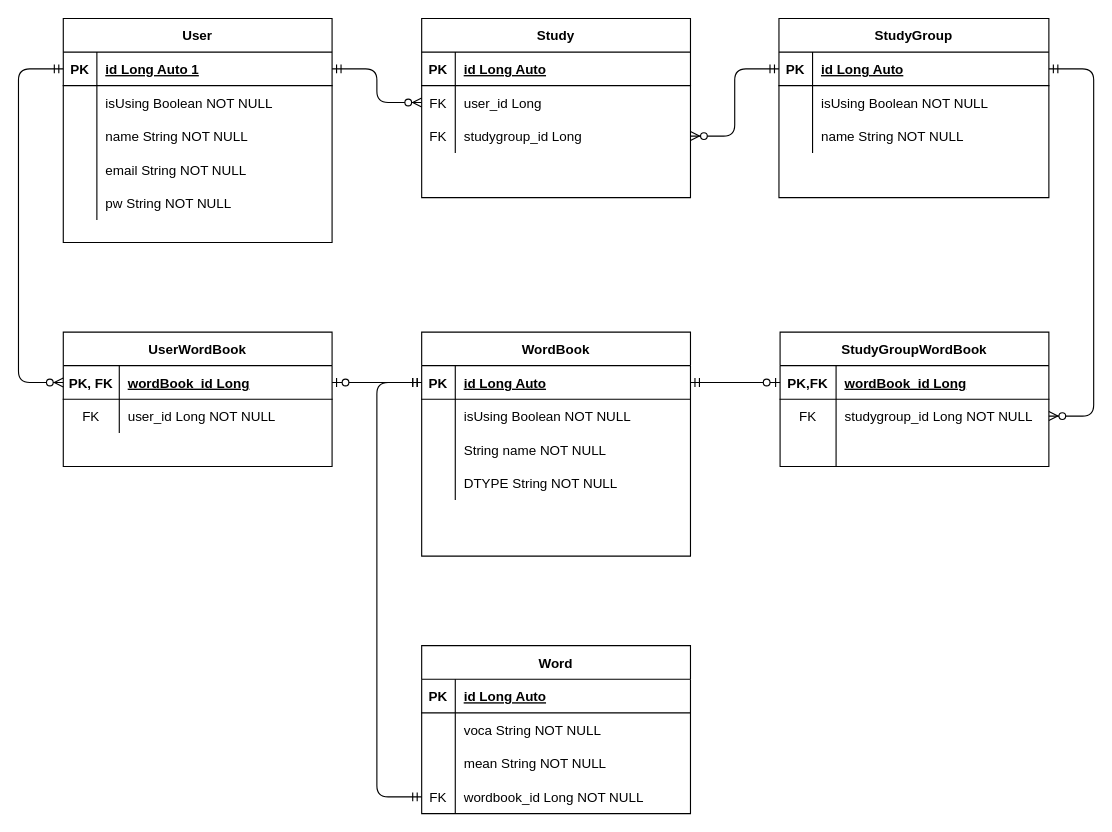
This is docs/ERD.drawio from lcy960729/wordbook-backend, a draw.io file, before an edit. Source tidied: cells renumbered, new cells numbered last; positions are measured from the earlier drawing's top-left corner, leaving out a move shared by most shapes. Both pictures are drawn from the tidied source at 112%, with x=0, y=0 at pixel (18, 18).
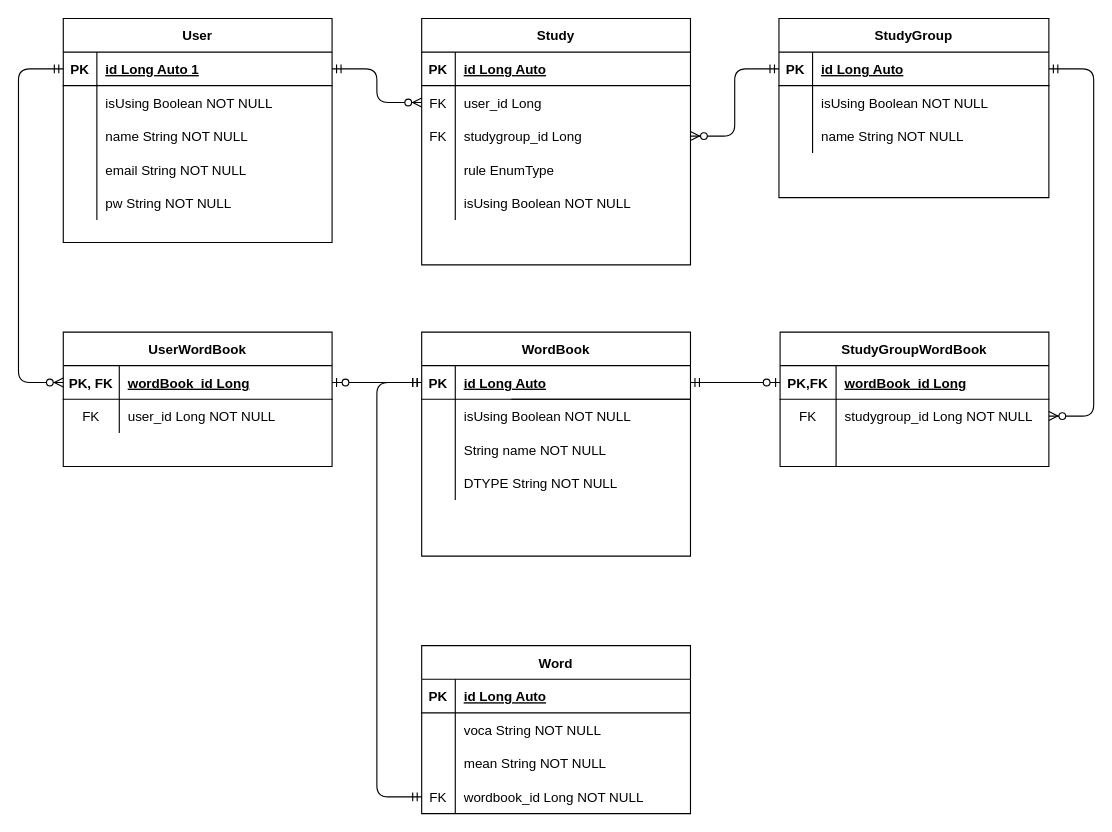
The same diagram, later.

What changed in the source:
```diff
@@
     <mxCell id="48" value="Study" style="shape=table;startSize=30;childLayout=tableLayout;rowLines=0;fontStyle=1;align=center;" parent="1" vertex="1">
-      <mxGeometry x="360" width="240" height="160" as="geometry" />
+      <mxGeometry x="360" width="240" height="220" as="geometry" />
     </mxCell>
@@
+    <mxCell id="89" style="shape=partialRectangle;fillColor=none;top=0;left=0;bottom=0;right=0;" parent="48" vertex="1">
+      <mxGeometry y="120" width="240" height="30" as="geometry" />
+    </mxCell>
+    <mxCell id="90" style="shape=partialRectangle;fillColor=none;top=0;left=0;bottom=0;right=0;overflow=hidden;" parent="89" vertex="1">
+      <mxGeometry width="30" height="30" as="geometry" />
+    </mxCell>
+    <mxCell id="91" value="rule EnumType" style="shape=partialRectangle;fillColor=none;top=0;left=0;bottom=0;right=0;align=left;spacingLeft=6;overflow=hidden;" parent="89" vertex="1">
+      <mxGeometry x="30" width="210" height="30" as="geometry" />
+    </mxCell>
+    <mxCell id="92" style="shape=partialRectangle;fillColor=none;top=0;left=0;bottom=0;right=0;" parent="48" vertex="1">
+      <mxGeometry y="150" width="240" height="30" as="geometry" />
+    </mxCell>
+    <mxCell id="93" style="shape=partialRectangle;fillColor=none;top=0;left=0;bottom=0;right=0;overflow=hidden;" parent="92" vertex="1">
+      <mxGeometry width="30" height="30" as="geometry" />
+    </mxCell>
+    <mxCell id="94" value="isUsing Boolean NOT NULL" style="shape=partialRectangle;fillColor=none;top=0;left=0;bottom=0;right=0;align=left;spacingLeft=6;overflow=hidden;" parent="92" vertex="1">
+      <mxGeometry x="30" width="210" height="30" as="geometry" />
+    </mxCell>
@@
+    <mxCell id="95" style="endArrow=none;html=1;rounded=0;" parent="1" edge="1">
+      <mxGeometry relative="1" as="geometry">
+        <mxPoint x="440" y="340" as="sourcePoint" />
+        <mxPoint x="600" y="340" as="targetPoint" />
+      </mxGeometry>
+    </mxCell>
```
